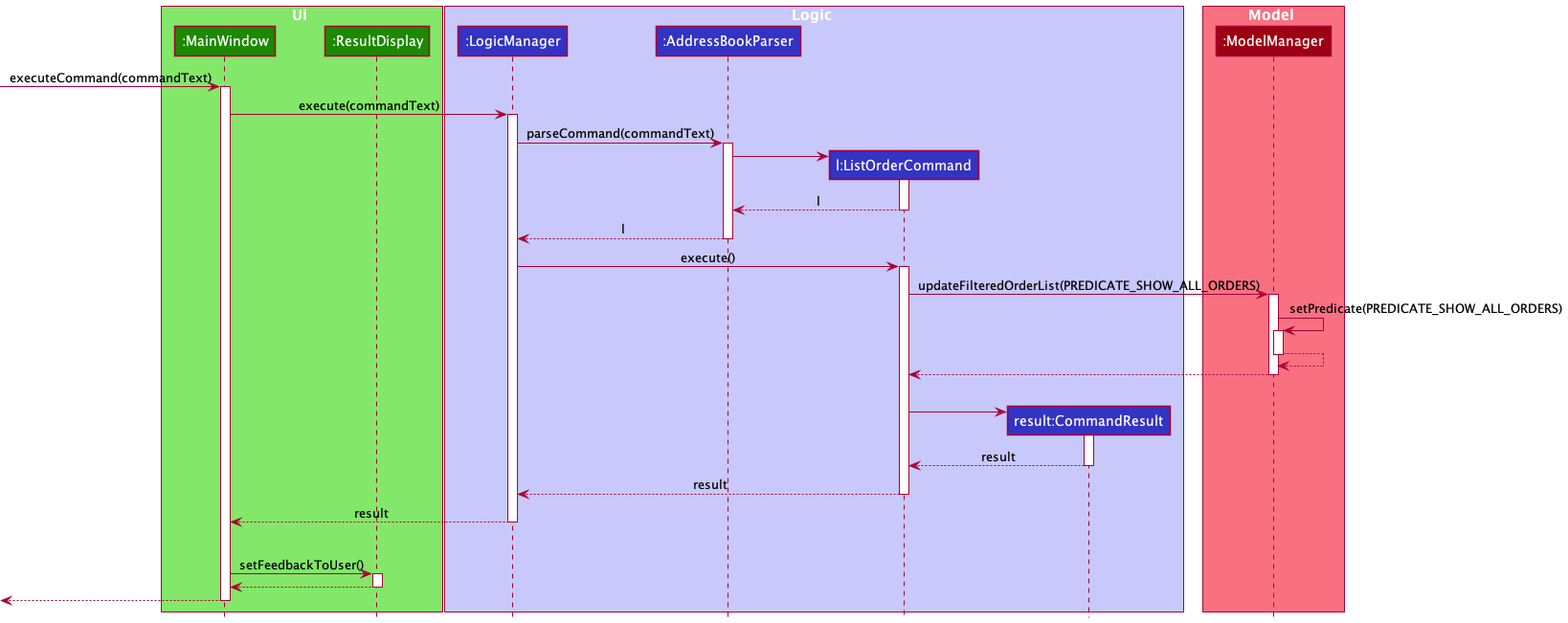
Earlier version of the PlantUML export docs/images/ListSequenceDiagram.png (zognin/tp).
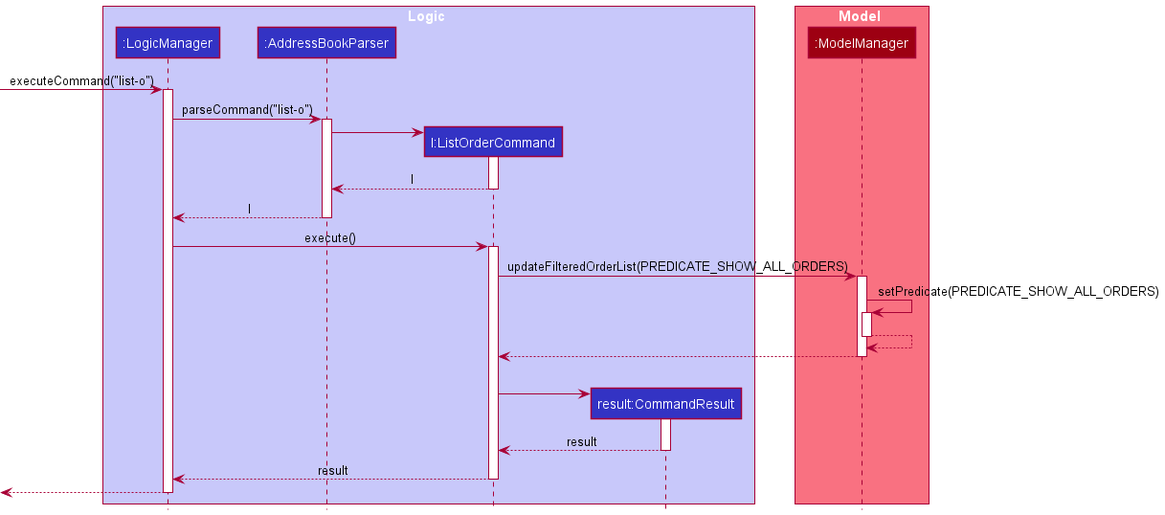
After the change.

Commit message:
Remove Ui from list sequence diagram

Change to the diagram source:
```diff
@@ -1,12 +1,5 @@
 @startuml
 !include style.puml
-
-box Ui UI_COLOR_T1
-participant ":MainWindow" as MainWindow UI_COLOR
-participant ":ResultDisplay" as ResultDisplay UI_COLOR
-end box
-[-> MainWindow : executeCommand(commandText)
-activate MainWindow
 
 box Logic LOGIC_COLOR_T1
 participant ":LogicManager" as LogicManager LOGIC_COLOR
@@ -19,10 +12,10 @@
 participant ":ModelManager" as ModelManager MODEL_COLOR
 end box
 
-MainWindow -> LogicManager : execute(commandText)
+[-> LogicManager : executeCommand("list-o")
 activate LogicManager
 
-LogicManager -> AddressBookParser : parseCommand(commandText)
+LogicManager -> AddressBookParser : parseCommand("list-o")
 activate AddressBookParser
 
 create ListOrderCommand
@@ -60,15 +53,6 @@
 ListOrderCommand --> LogicManager : result
 deactivate ListOrderCommand
 
-LogicManager --> MainWindow : result
-deactivate
-|||
-MainWindow -> ResultDisplay : setFeedbackToUser()
-activate ResultDisplay
-
-ResultDisplay --> MainWindow
-deactivate ResultDisplay
-
-[<--MainWindow
-deactivate MainWindow
+[<--LogicManager
+deactivate LogicManager
 @enduml
```
